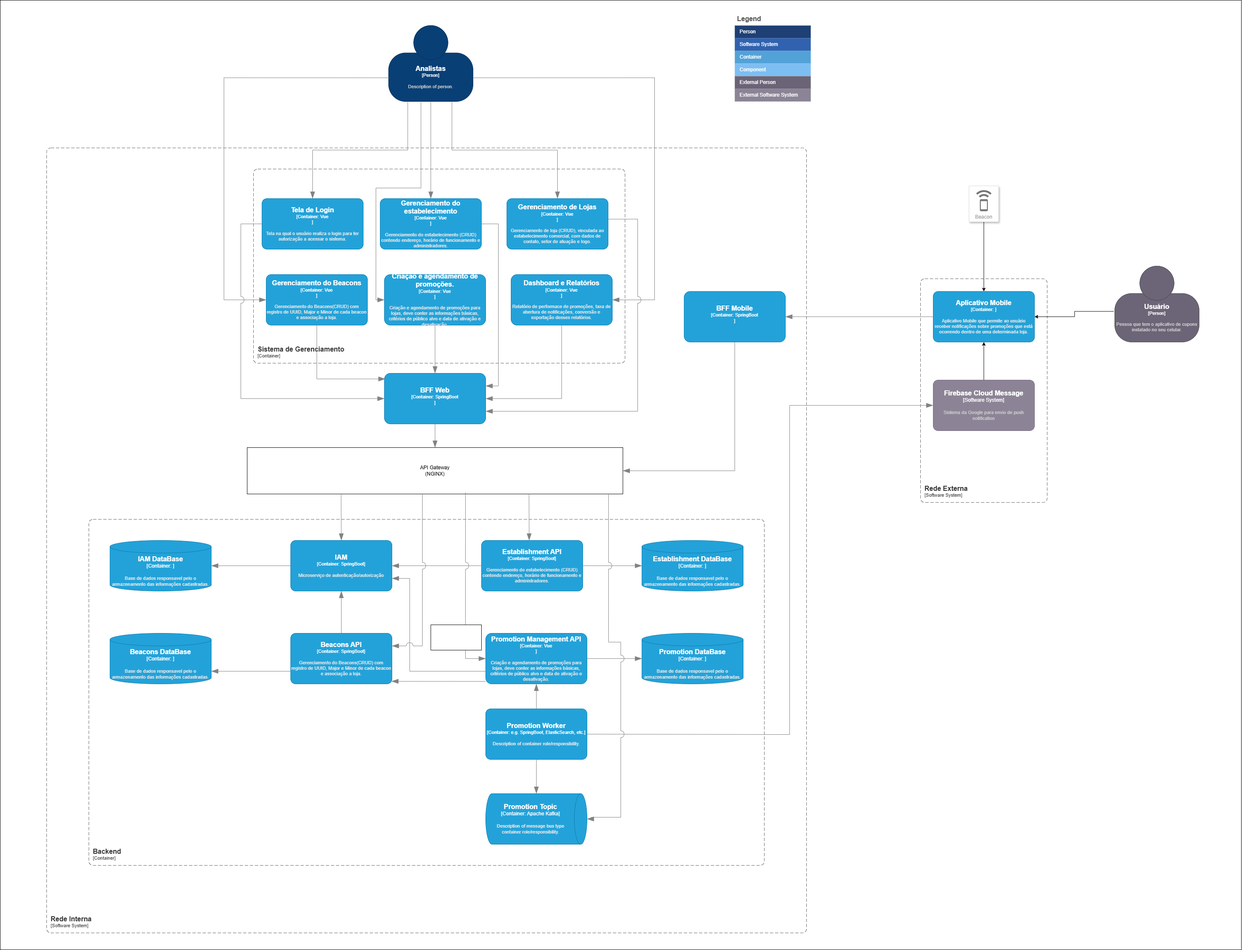
dickson-souza-projects/arq-soft-distrib-puc-minas-2025-java keeps this draw.io diagram as arquitetura-container.png. Above is the earlier version. Source tidied: cells renumbered, new cells last; positions are measured from the earlier drawing's top-left corner, leaving out a move shared by most shapes.
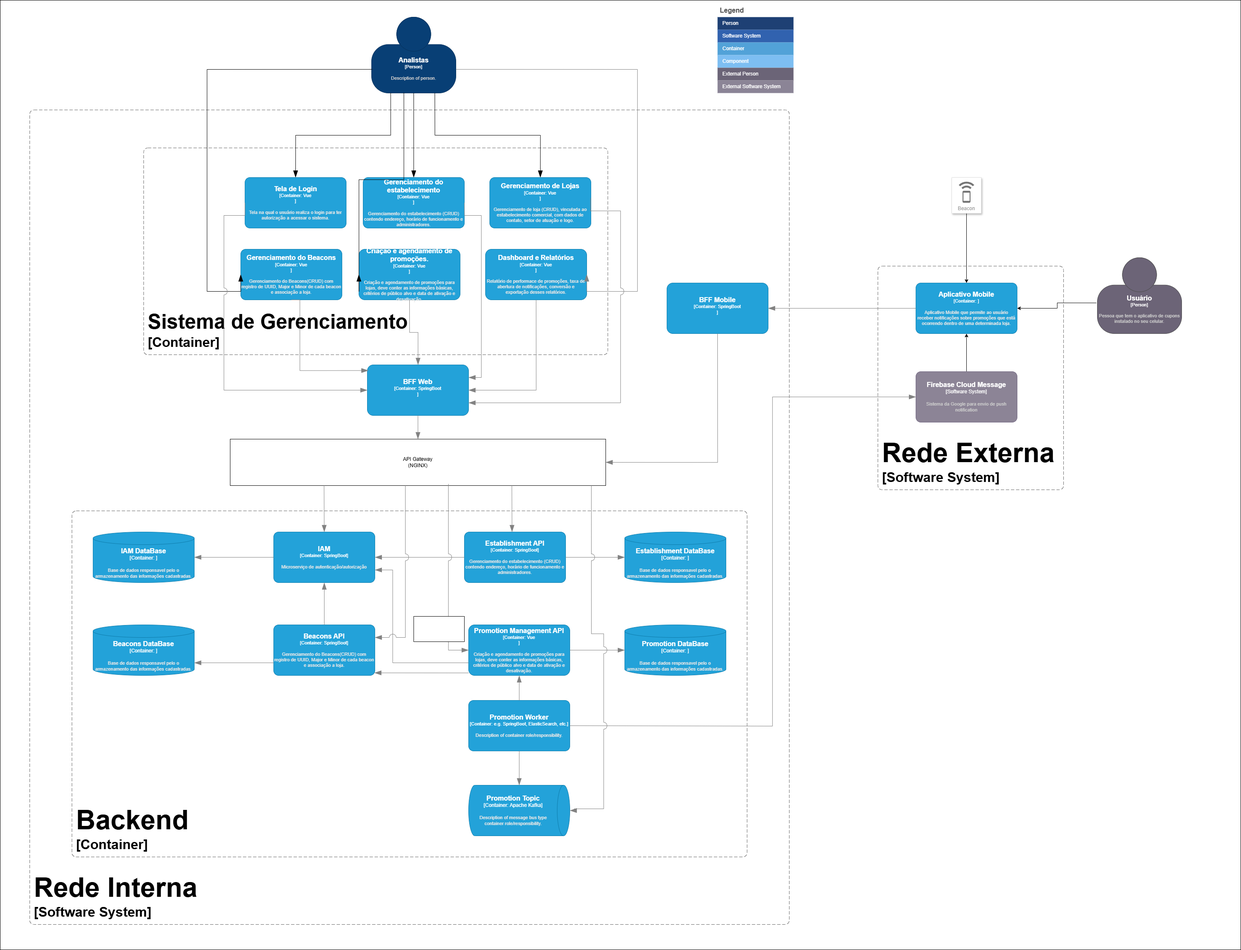
After the change.

Commit message:
Ajustando as fontes de parte do diagrama C4 para melhor visualização no GitHub

What changed in the source:
```diff
@@ -3,7 +3,7 @@
     <mxCell id="0" />
     <mxCell id="1" parent="0" />
     <mxCell id="2" style="rounded=0;whiteSpace=wrap;html=1;" parent="1" vertex="1">
-      <mxGeometry width="2940" height="2250" as="geometry" />
+      <mxGeometry x="40" y="20" width="2940" height="2250" as="geometry" />
     </mxCell>
     <mxCell id="3" style="edgeStyle=orthogonalEdgeStyle;rounded=0;jettySize=auto;html=1;" parent="1" edge="1" source="4" target="9">
       <mxGeometry relative="1" as="geometry" />
@@ -21,9 +21,9 @@
         <mxGeometry x="2640" y="630" width="200" height="180" as="geometry" />
       </mxCell>
     </object>
-    <object id="7" label="&lt;font style=&quot;font-size: 16px&quot;&gt;&lt;b&gt;&lt;div style=&quot;text-align: left&quot;&gt;%c4Name%&lt;/div&gt;&lt;/b&gt;&lt;/font&gt;&lt;div style=&quot;text-align: left&quot;&gt;[%c4Application%]&lt;/div&gt;" c4Application="Software System" c4Name="Rede Interna" c4Type="SystemScopeBoundary" placeholders="1">
+    <object id="7" label="&lt;div style=&quot;text-align: left&quot;&gt;&lt;font style=&quot;font-size: 64px&quot;&gt;&lt;b&gt;&lt;font color=&quot;#000000&quot;&gt;%c4Name%&lt;/font&gt;&lt;/div&gt;&lt;/font&gt;&lt;div style=&quot;text-align: left&quot;&gt;&lt;font style=&quot;font-size: 32px&quot;&gt;&lt;font color=&quot;#000000&quot;&gt;[%c4Application%]&lt;/font&gt;&lt;/font&gt;&lt;/div&gt;" c4Application="Software System" c4Name="Rede Interna" c4Type="SystemScopeBoundary" placeholders="1">
       <mxCell style="rounded=1;fontSize=11;whiteSpace=wrap;html=1;dashed=1;arcSize=20;fillColor=none;strokeColor=#666666;fontColor=#333333;labelBackgroundColor=none;align=left;verticalAlign=bottom;labelBorderColor=none;spacingTop=0;spacing=10;dashPattern=8 4;perimeter=rectanglePerimeter;noLabel=0;labelPadding=0;absoluteArcSize=1;" parent="1" vertex="1">
-        <mxGeometry x="110" y="350" width="1800" height="1860" as="geometry" />
+        <mxGeometry x="110" y="280" width="1800" height="1930" as="geometry" />
       </mxCell>
     </object>
     <object id="8" label="&lt;font style=&quot;font-size: 16px&quot;&gt;&lt;b&gt;%c4Name%&lt;/b&gt;&lt;/font&gt;&lt;div&gt;[%c4Type%:&amp;nbsp;%c4Technology%]&lt;/div&gt;&lt;br&gt;&lt;div&gt;&lt;font style=&quot;font-size: 11px&quot;&gt;&lt;font color=&quot;#E6E6E6&quot;&gt;%c4Description%&lt;/font&gt;&lt;/div&gt;" c4Description="Base de dados responsavel pelo o armazenamento das informações cadastradas." c4Name="IAM DataBase" c4Technology="" c4Type="Container" placeholders="1">
@@ -36,47 +36,47 @@
         <mxGeometry x="2210" y="690" width="240" height="120" as="geometry" />
       </mxCell>
     </object>
-    <object id="10" label="&lt;font style=&quot;font-size: 16px&quot;&gt;&lt;b&gt;&lt;div style=&quot;text-align: left&quot;&gt;%c4Name%&lt;/div&gt;&lt;/b&gt;&lt;/font&gt;&lt;div style=&quot;text-align: left&quot;&gt;[%c4Application%]&lt;/div&gt;" c4Application="Software System" c4Name="Rede Externa" c4Type="SystemScopeBoundary" placeholders="1">
+    <object id="10" label="&lt;div style=&quot;text-align: left&quot;&gt;&lt;font style=&quot;font-size: 64px&quot;&gt;&lt;b&gt;&lt;font color=&quot;#000000&quot;&gt;%c4Name%&lt;/font&gt;&lt;/div&gt;&lt;/font&gt;&lt;div style=&quot;text-align: left&quot;&gt;&lt;font style=&quot;font-size: 32px&quot;&gt;&lt;font color=&quot;#000000&quot;&gt;[%c4Application%]&lt;/font&gt;&lt;/font&gt;&lt;/div&gt;" c4Application="Software System" c4Name="Rede Externa" c4Type="SystemScopeBoundary" placeholders="1">
       <mxCell style="rounded=1;fontSize=11;whiteSpace=wrap;html=1;dashed=1;arcSize=20;fillColor=none;strokeColor=#666666;fontColor=#333333;labelBackgroundColor=none;align=left;verticalAlign=bottom;labelBorderColor=none;spacingTop=0;spacing=10;dashPattern=8 4;perimeter=rectanglePerimeter;noLabel=0;labelPadding=0;absoluteArcSize=1;" parent="1" vertex="1">
-        <mxGeometry x="2180" y="660" width="300" height="530" as="geometry" />
+        <mxGeometry x="2120" y="650" width="440" height="530" as="geometry" />
       </mxCell>
     </object>
     <mxCell id="11" style="edgeStyle=orthogonalEdgeStyle;rounded=0;jettySize=auto;html=1;entryX=1;entryY=0.5;entryDx=0;entryDy=0;entryPerimeter=0;exitX=-0.012;exitY=0.596;exitDx=0;exitDy=0;exitPerimeter=0;" parent="1" edge="1" source="6" target="9">
       <mxGeometry relative="1" as="geometry" />
     </mxCell>
-    <object id="12" label="&lt;font style=&quot;font-size: 16px&quot;&gt;&lt;b&gt;&lt;div style=&quot;text-align: left&quot;&gt;%c4Name%&lt;/div&gt;&lt;/b&gt;&lt;/font&gt;&lt;div style=&quot;text-align: left&quot;&gt;[%c4Application%]&lt;/div&gt;" c4Application="Container" c4Name="Sistema de Gerenciamento" c4Type="ContainerScopeBoundary" placeholders="1">
+    <object id="12" label="&lt;div style=&quot;text-align: left&quot;&gt;&lt;font style=&quot;font-size: 48px&quot;&gt;&lt;b&gt;&lt;font color=&quot;#000000&quot;&gt;%c4Name%&lt;/font&gt;&lt;/div&gt;&lt;/font&gt;&lt;div style=&quot;text-align: left&quot;&gt;&lt;font style=&quot;font-size: 32px&quot;&gt;&lt;font color=&quot;#000000&quot;&gt;[%c4Application%]&lt;/font&gt;&lt;/font&gt;&lt;/div&gt;" c4Application="Container" c4Name="Sistema de Gerenciamento" c4Type="ContainerScopeBoundary" placeholders="1">
       <mxCell style="rounded=1;fontSize=11;whiteSpace=wrap;html=1;dashed=1;arcSize=20;fillColor=none;strokeColor=#666666;fontColor=#333333;labelBackgroundColor=none;align=left;verticalAlign=bottom;labelBorderColor=none;spacingTop=0;spacing=10;dashPattern=8 4;perimeter=rectanglePerimeter;noLabel=0;labelPadding=0;absoluteArcSize=1;" parent="1" vertex="1">
-        <mxGeometry x="600" y="400" width="880" height="460" as="geometry" />
+        <mxGeometry x="380" y="370" width="1100" height="490" as="geometry" />
       </mxCell>
     </object>
     <object id="13" label="&lt;font style=&quot;font-size: 16px&quot;&gt;&lt;b&gt;%c4Name%&lt;/b&gt;&lt;/font&gt;&lt;div&gt;[%c4Type%: %c4Technology%]&lt;/div&gt;&lt;br&gt;&lt;div&gt;&lt;font style=&quot;font-size: 11px&quot;&gt;&lt;font color=&quot;#E6E6E6&quot;&gt;%c4Description%&lt;/font&gt;&lt;/div&gt;" c4Description="Tela na qual o usuário realiza o login para ter autorização a acessar o sistema." c4Name="Tela de Login" c4Technology="Vue&#10;" c4Type="Container" placeholders="1">
       <mxCell style="rounded=1;whiteSpace=wrap;html=1;fontSize=11;labelBackgroundColor=none;fillColor=#23A2D9;fontColor=#ffffff;align=center;arcSize=10;strokeColor=#0E7DAD;points=[[0.25,0,0],[0.5,0,0],[0.75,0,0],[1,0.25,0],[1,0.5,0],[1,0.75,0],[0.75,1,0],[0.5,1,0],[0.25,1,0],[0,0.75,0],[0,0.5,0],[0,0.25,0]];" parent="1" vertex="1">
-        <mxGeometry x="620" y="470" width="240" height="120" as="geometry" />
+        <mxGeometry x="620" y="440" width="240" height="120" as="geometry" />
       </mxCell>
     </object>
     <object id="14" label="&lt;font style=&quot;font-size: 16px&quot;&gt;&lt;b&gt;%c4Name%&lt;/b&gt;&lt;/font&gt;&lt;div&gt;[%c4Type%: %c4Technology%]&lt;/div&gt;&lt;br&gt;&lt;div&gt;&lt;font style=&quot;font-size: 11px&quot;&gt;&lt;font color=&quot;#E6E6E6&quot;&gt;%c4Description%&lt;/font&gt;&lt;/div&gt;" c4Description="Gerenciamento do estabelecimento (CRUD) contendo endereço, horário de funcionamento e administradores." c4Name="Gerenciamento do estabelecimento" c4Technology="Vue&#10;" c4Type="Container" placeholders="1">
       <mxCell style="rounded=1;whiteSpace=wrap;html=1;fontSize=11;labelBackgroundColor=none;fillColor=#23A2D9;fontColor=#ffffff;align=center;arcSize=10;strokeColor=#0E7DAD;points=[[0.25,0,0],[0.5,0,0],[0.75,0,0],[1,0.25,0],[1,0.5,0],[1,0.75,0],[0.75,1,0],[0.5,1,0],[0.25,1,0],[0,0.75,0],[0,0.5,0],[0,0.25,0]];" parent="1" vertex="1">
-        <mxGeometry x="900" y="470" width="240" height="120" as="geometry" />
+        <mxGeometry x="900" y="440" width="240" height="120" as="geometry" />
       </mxCell>
     </object>
     <object id="15" label="&lt;font style=&quot;font-size: 16px&quot;&gt;&lt;b&gt;%c4Name%&lt;/b&gt;&lt;/font&gt;&lt;div&gt;[%c4Type%: %c4Technology%]&lt;/div&gt;&lt;br&gt;&lt;div&gt;&lt;font style=&quot;font-size: 11px&quot;&gt;&lt;font color=&quot;#E6E6E6&quot;&gt;%c4Description%&lt;/font&gt;&lt;/div&gt;" c4Description="Gerenciamento de loja (CRUD), vinculada ao estabelecimento comercial, com dados de contato, setor de atuação e logo." c4Name="Gerenciamento de Lojas" c4Technology="Vue&#10;" c4Type="Container" placeholders="1">
       <mxCell style="rounded=1;whiteSpace=wrap;html=1;fontSize=11;labelBackgroundColor=none;fillColor=#23A2D9;fontColor=#ffffff;align=center;arcSize=10;strokeColor=#0E7DAD;points=[[0.25,0,0],[0.5,0,0],[0.75,0,0],[1,0.25,0],[1,0.5,0],[1,0.75,0],[0.75,1,0],[0.5,1,0],[0.25,1,0],[0,0.75,0],[0,0.5,0],[0,0.25,0]];" parent="1" vertex="1">
-        <mxGeometry x="1200" y="470" width="240" height="120" as="geometry" />
+        <mxGeometry x="1200" y="440" width="240" height="120" as="geometry" />
       </mxCell>
     </object>
     <object id="16" label="&lt;font style=&quot;font-size: 16px&quot;&gt;&lt;b&gt;%c4Name%&lt;/b&gt;&lt;/font&gt;&lt;div&gt;[%c4Type%: %c4Technology%]&lt;/div&gt;&lt;br&gt;&lt;div&gt;&lt;font style=&quot;font-size: 11px&quot;&gt;&lt;font color=&quot;#E6E6E6&quot;&gt;%c4Description%&lt;/font&gt;&lt;/div&gt;" c4Description="Gerenciamento do Beacons(CRUD) com registro de UUID, Major e Minor de cada beacon e associação a loja." c4Name="Gerenciamento do Beacons" c4Technology="Vue&#10;" c4Type="Container" placeholders="1">
       <mxCell style="rounded=1;whiteSpace=wrap;html=1;fontSize=11;labelBackgroundColor=none;fillColor=#23A2D9;fontColor=#ffffff;align=center;arcSize=10;strokeColor=#0E7DAD;points=[[0.25,0,0],[0.5,0,0],[0.75,0,0],[1,0.25,0],[1,0.5,0],[1,0.75,0],[0.75,1,0],[0.5,1,0],[0.25,1,0],[0,0.75,0],[0,0.5,0],[0,0.25,0]];" parent="1" vertex="1">
-        <mxGeometry x="630" y="650" width="240" height="120" as="geometry" />
+        <mxGeometry x="610" y="610" width="240" height="120" as="geometry" />
       </mxCell>
     </object>
     <object id="17" label="&lt;font style=&quot;font-size: 16px&quot;&gt;&lt;b&gt;%c4Name%&lt;/b&gt;&lt;/font&gt;&lt;div&gt;[%c4Type%: %c4Technology%]&lt;/div&gt;&lt;br&gt;&lt;div&gt;&lt;font style=&quot;font-size: 11px&quot;&gt;&lt;font color=&quot;#E6E6E6&quot;&gt;%c4Description%&lt;/font&gt;&lt;/div&gt;" c4Description="Criação e agendamento de promoções para lojas, deve conter as informações básicas, critérios de público alvo e data de ativação e desativação." c4Name="Criação e agendamento de promoções." c4Technology="Vue&#10;" c4Type="Container" placeholders="1">
       <mxCell style="rounded=1;whiteSpace=wrap;html=1;fontSize=11;labelBackgroundColor=none;fillColor=#23A2D9;fontColor=#ffffff;align=center;arcSize=12;strokeColor=#0E7DAD;points=[[0.25,0,0],[0.5,0,0],[0.75,0,0],[1,0.25,0],[1,0.5,0],[1,0.75,0],[0.75,1,0],[0.5,1,0],[0.25,1,0],[0,0.75,0],[0,0.5,0],[0,0.25,0]];imageWidth=34;imageHeight=34;rotation=0;" parent="1" vertex="1">
-        <mxGeometry x="910" y="650" width="240" height="120" as="geometry" />
+        <mxGeometry x="890" y="610" width="240" height="120" as="geometry" />
       </mxCell>
     </object>
     <object id="18" label="&lt;font style=&quot;font-size: 16px&quot;&gt;&lt;b&gt;%c4Name%&lt;/b&gt;&lt;/font&gt;&lt;div&gt;[%c4Type%: %c4Technology%]&lt;/div&gt;&lt;br&gt;&lt;div&gt;&lt;font style=&quot;font-size: 11px&quot;&gt;&lt;font color=&quot;#E6E6E6&quot;&gt;%c4Description%&lt;/font&gt;&lt;/div&gt;" c4Description="Relatório de performace de promoções, taxa de abertura de notificações, conversão e exportação desses relatórios." c4Name="Dashboard e Relatórios" c4Technology="Vue&#10;" c4Type="Container" placeholders="1">
       <mxCell style="rounded=1;whiteSpace=wrap;html=1;fontSize=11;labelBackgroundColor=none;fillColor=#23A2D9;fontColor=#ffffff;align=center;arcSize=12;strokeColor=#0E7DAD;points=[[0.25,0,0],[0.5,0,0],[0.75,0,0],[1,0.25,0],[1,0.5,0],[1,0.75,0],[0.75,1,0],[0.5,1,0],[0.25,1,0],[0,0.75,0],[0,0.5,0],[0,0.25,0]];imageWidth=34;imageHeight=34;rotation=0;" parent="1" vertex="1">
-        <mxGeometry x="1210" y="650" width="240" height="120" as="geometry" />
+        <mxGeometry x="1190" y="610" width="240" height="120" as="geometry" />
       </mxCell>
     </object>
     <mxCell id="19" style="edgeStyle=orthogonalEdgeStyle;rounded=0;jettySize=auto;html=1;" parent="1" edge="1" source="20" target="9">
@@ -93,24 +93,22 @@
       </mxCell>
     </object>
     <object id="22" label="" c4Type="Relationship" placeholders="1">
-      <mxCell style="endArrow=blockThin;html=1;fontSize=10;fontColor=#404040;strokeWidth=1;endFill=1;strokeColor=#828282;elbow=vertical;endSize=14;startSize=14;jumpStyle=arc;jumpSize=16;rounded=0;edgeStyle=orthogonalEdgeStyle;exitX=0.227;exitY=1;exitDx=0;exitDy=0;exitPerimeter=0;entryX=0.5;entryY=0;entryDx=0;entryDy=0;entryPerimeter=0;" parent="1" edge="1" source="21" target="13">
+      <mxCell style="endArrow=blockThin;html=1;fontSize=10;fontColor=#404040;strokeWidth=1;endFill=1;strokeColor=#000000;elbow=vertical;endSize=14;startSize=14;jumpStyle=arc;jumpSize=16;rounded=0;edgeStyle=orthogonalEdgeStyle;exitX=0.227;exitY=1;exitDx=0;exitDy=0;exitPerimeter=0;entryX=0.5;entryY=0;entryDx=0;entryDy=0;entryPerimeter=0;" parent="1" edge="1" source="21" target="13">
         <mxGeometry relative="1" as="geometry" />
       </mxCell>
     </object>
     <object id="23" label="" c4Type="Relationship" placeholders="1">
-      <mxCell style="endArrow=blockThin;html=1;fontSize=10;fontColor=#404040;strokeWidth=1;endFill=1;strokeColor=#828282;elbow=vertical;endSize=14;startSize=14;jumpStyle=arc;jumpSize=16;rounded=0;edgeStyle=orthogonalEdgeStyle;exitX=0.5;exitY=1;exitDx=0;exitDy=0;exitPerimeter=0;" parent="1" edge="1" source="21">
-        <mxGeometry relative="1" as="geometry">
-          <mxPoint x="1020" y="470" as="targetPoint" />
-        </mxGeometry>
+      <mxCell style="endArrow=blockThin;html=1;fontSize=10;fontColor=#404040;strokeWidth=1;endFill=1;strokeColor=#000000;elbow=vertical;endSize=14;startSize=14;jumpStyle=arc;jumpSize=16;rounded=0;edgeStyle=orthogonalEdgeStyle;exitX=0.5;exitY=1;exitDx=0;exitDy=0;exitPerimeter=0;entryX=0.5;entryY=0;entryDx=0;entryDy=0;entryPerimeter=0;" parent="1" edge="1" source="21" target="14">
+        <mxGeometry relative="1" as="geometry" />
       </mxCell>
     </object>
     <object id="24" label="" c4Type="Relationship" placeholders="1">
-      <mxCell style="endArrow=blockThin;html=1;fontSize=10;fontColor=#404040;strokeWidth=1;endFill=1;strokeColor=#828282;elbow=vertical;endSize=14;startSize=14;jumpStyle=arc;jumpSize=16;rounded=0;edgeStyle=orthogonalEdgeStyle;exitX=0.75;exitY=1;exitDx=0;exitDy=0;exitPerimeter=0;" parent="1" edge="1" source="21" target="15">
+      <mxCell style="endArrow=blockThin;html=1;fontSize=10;fontColor=#404040;strokeWidth=1;endFill=1;strokeColor=#000000;elbow=vertical;endSize=14;startSize=14;jumpStyle=arc;jumpSize=16;rounded=0;edgeStyle=orthogonalEdgeStyle;exitX=0.75;exitY=1;exitDx=0;exitDy=0;exitPerimeter=0;entryX=0.5;entryY=0;entryDx=0;entryDy=0;entryPerimeter=0;" parent="1" edge="1" source="21" target="15">
         <mxGeometry relative="1" as="geometry" />
       </mxCell>
     </object>
     <object id="25" label="" c4Type="Relationship" placeholders="1">
-      <mxCell style="endArrow=blockThin;html=1;fontSize=10;fontColor=#404040;strokeWidth=1;endFill=1;strokeColor=#828282;elbow=vertical;endSize=14;startSize=14;jumpStyle=arc;jumpSize=16;rounded=0;edgeStyle=orthogonalEdgeStyle;exitX=0.383;exitY=0.996;exitDx=0;exitDy=0;exitPerimeter=0;entryX=0;entryY=0.5;entryDx=0;entryDy=0;entryPerimeter=0;" parent="1" edge="1" source="21" target="17">
+      <mxCell style="endArrow=blockThin;html=1;fontSize=10;fontColor=#404040;strokeWidth=1;endFill=1;strokeColor=#000000;elbow=vertical;endSize=14;startSize=14;jumpStyle=arc;jumpSize=16;rounded=0;edgeStyle=orthogonalEdgeStyle;exitX=0.383;exitY=0.996;exitDx=0;exitDy=0;exitPerimeter=0;entryX=0;entryY=0.5;entryDx=0;entryDy=0;entryPerimeter=0;" parent="1" edge="1" source="21" target="17">
         <mxGeometry relative="1" as="geometry">
           <Array as="points">
             <mxPoint x="997" y="445" />
@@ -121,7 +119,7 @@
       </mxCell>
     </object>
     <object id="26" label="" c4Type="Relationship" placeholders="1">
-      <mxCell style="endArrow=blockThin;html=1;fontSize=10;fontColor=#404040;strokeWidth=1;endFill=1;strokeColor=#828282;elbow=vertical;endSize=14;startSize=14;jumpStyle=arc;jumpSize=16;rounded=0;edgeStyle=orthogonalEdgeStyle;exitX=0.009;exitY=0.688;exitDx=0;exitDy=0;exitPerimeter=0;entryX=0;entryY=0.5;entryDx=0;entryDy=0;entryPerimeter=0;" parent="1" edge="1" source="21" target="16">
+      <mxCell style="endArrow=blockThin;html=1;fontSize=10;fontColor=#404040;strokeWidth=1;endFill=1;strokeColor=#000000;elbow=vertical;endSize=14;startSize=14;jumpStyle=arc;jumpSize=16;rounded=0;edgeStyle=orthogonalEdgeStyle;exitX=0.009;exitY=0.688;exitDx=0;exitDy=0;exitPerimeter=0;entryX=0;entryY=0.5;entryDx=0;entryDy=0;entryPerimeter=0;" parent="1" edge="1" source="21" target="16">
         <mxGeometry relative="1" as="geometry">
           <Array as="points">
             <mxPoint x="530" y="184" />
@@ -229,7 +227,7 @@
         <mxGeometry relative="1" as="geometry" />
       </mxCell>
     </object>
-    <object id="51" label="&lt;font style=&quot;font-size: 16px&quot;&gt;&lt;b&gt;&lt;div style=&quot;text-align: left&quot;&gt;%c4Name%&lt;/div&gt;&lt;/b&gt;&lt;/font&gt;&lt;div style=&quot;text-align: left&quot;&gt;[%c4Application%]&lt;/div&gt;" c4Application="Container" c4Name="Backend" c4Type="ContainerScopeBoundary" placeholders="1">
+    <object id="51" label="&lt;div style=&quot;text-align: left&quot;&gt;&lt;font style=&quot;font-size: 64px&quot;&gt;&lt;b&gt;&lt;font color=&quot;#000000&quot;&gt;%c4Name%&lt;/font&gt;&lt;/div&gt;&lt;/font&gt;&lt;div style=&quot;text-align: left&quot;&gt;&lt;font style=&quot;font-size: 32px&quot;&gt;&lt;font color=&quot;#000000&quot;&gt;[%c4Application%]&lt;/font&gt;&lt;/font&gt;&lt;/div&gt;" c4Application="Container" c4Name="Backend" c4Type="ContainerScopeBoundary" placeholders="1">
       <mxCell style="rounded=1;fontSize=11;whiteSpace=wrap;html=1;dashed=1;arcSize=20;fillColor=none;strokeColor=#666666;fontColor=#333333;labelBackgroundColor=none;align=left;verticalAlign=bottom;labelBorderColor=none;spacingTop=0;spacing=10;dashPattern=8 4;perimeter=rectanglePerimeter;noLabel=0;labelPadding=0;absoluteArcSize=1;" parent="1" vertex="1">
         <mxGeometry x="210" y="1230" width="1600" height="820" as="geometry" />
       </mxCell>
```
